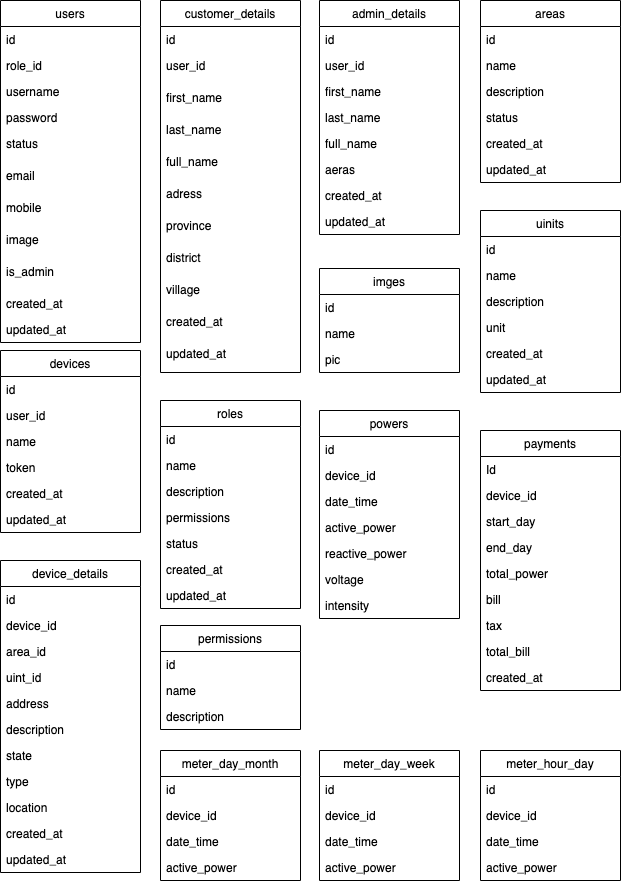
Above: database.png in akirakyohei/Smart-Energy-Monitor (draw.io), before the change. Source tidied: cells renumbered, new cells last; positions are measured from the earlier drawing's top-left corner, leaving out a move shared by most shapes.
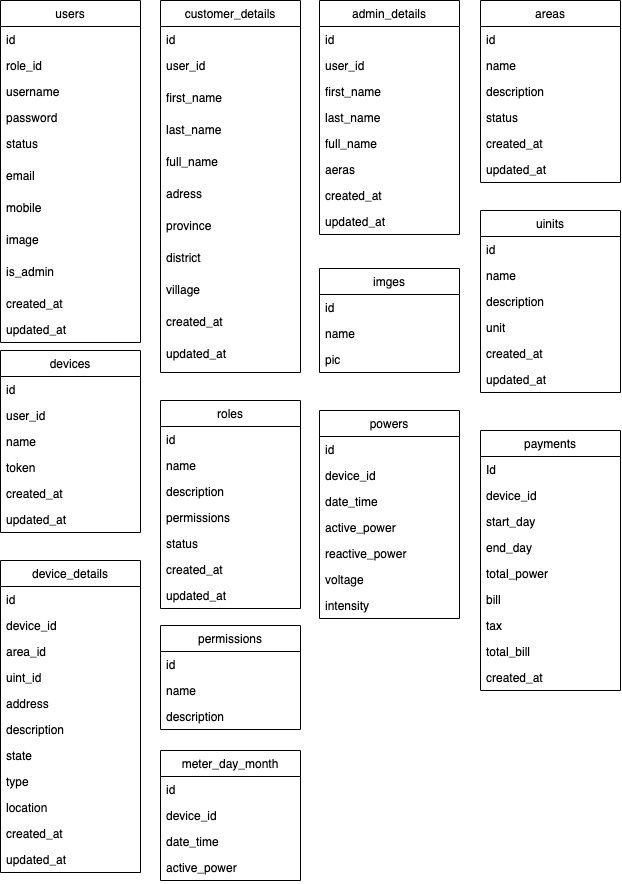
Above is the later version.

Diff of the diagram source:
```diff
@@ -260,36 +260,6 @@
     <mxCell id="87" value="updated_at" style="text;strokeColor=none;fillColor=none;align=left;verticalAlign=top;spacingLeft=4;spacingRight=4;overflow=hidden;" parent="81" vertex="1">
       <mxGeometry y="156" width="140" height="26" as="geometry" />
     </mxCell>
-    <mxCell id="88" value="meter_hour_day" style="swimlane;fontStyle=0;horizontal=1;startSize=26;fillColor=none;" parent="1" vertex="1">
-      <mxGeometry x="480" y="750" width="140" height="130" as="geometry" />
-    </mxCell>
-    <mxCell id="89" value="id" style="text;strokeColor=none;fillColor=none;align=left;verticalAlign=top;spacingLeft=4;spacingRight=4;overflow=hidden;" parent="88" vertex="1">
-      <mxGeometry y="26" width="140" height="26" as="geometry" />
-    </mxCell>
-    <mxCell id="90" value="device_id" style="text;strokeColor=none;fillColor=none;align=left;verticalAlign=top;spacingLeft=4;spacingRight=4;overflow=hidden;" parent="88" vertex="1">
-      <mxGeometry y="52" width="140" height="26" as="geometry" />
-    </mxCell>
-    <mxCell id="91" value="date_time" style="text;strokeColor=none;fillColor=none;align=left;verticalAlign=top;spacingLeft=4;spacingRight=4;overflow=hidden;" parent="88" vertex="1">
-      <mxGeometry y="78" width="140" height="26" as="geometry" />
-    </mxCell>
-    <mxCell id="92" value="active_power" style="text;strokeColor=none;fillColor=none;align=left;verticalAlign=top;spacingLeft=4;spacingRight=4;overflow=hidden;" parent="88" vertex="1">
-      <mxGeometry y="104" width="140" height="26" as="geometry" />
-    </mxCell>
-    <mxCell id="93" value="meter_day_week" style="swimlane;fontStyle=0;horizontal=1;startSize=26;fillColor=none;" parent="1" vertex="1">
-      <mxGeometry x="319" y="750" width="140" height="130" as="geometry" />
-    </mxCell>
-    <mxCell id="94" value="id" style="text;strokeColor=none;fillColor=none;align=left;verticalAlign=top;spacingLeft=4;spacingRight=4;overflow=hidden;" parent="93" vertex="1">
-      <mxGeometry y="26" width="140" height="26" as="geometry" />
-    </mxCell>
-    <mxCell id="95" value="device_id" style="text;strokeColor=none;fillColor=none;align=left;verticalAlign=top;spacingLeft=4;spacingRight=4;overflow=hidden;" parent="93" vertex="1">
-      <mxGeometry y="52" width="140" height="26" as="geometry" />
-    </mxCell>
-    <mxCell id="96" value="date_time" style="text;strokeColor=none;fillColor=none;align=left;verticalAlign=top;spacingLeft=4;spacingRight=4;overflow=hidden;" parent="93" vertex="1">
-      <mxGeometry y="78" width="140" height="26" as="geometry" />
-    </mxCell>
-    <mxCell id="97" value="active_power" style="text;strokeColor=none;fillColor=none;align=left;verticalAlign=top;spacingLeft=4;spacingRight=4;overflow=hidden;" parent="93" vertex="1">
-      <mxGeometry y="104" width="140" height="26" as="geometry" />
-    </mxCell>
     <mxCell id="98" value="meter_day_month" style="swimlane;fontStyle=0;horizontal=1;startSize=26;fillColor=none;" parent="1" vertex="1">
       <mxGeometry x="160" y="750" width="140" height="130" as="geometry" />
     </mxCell>
```
